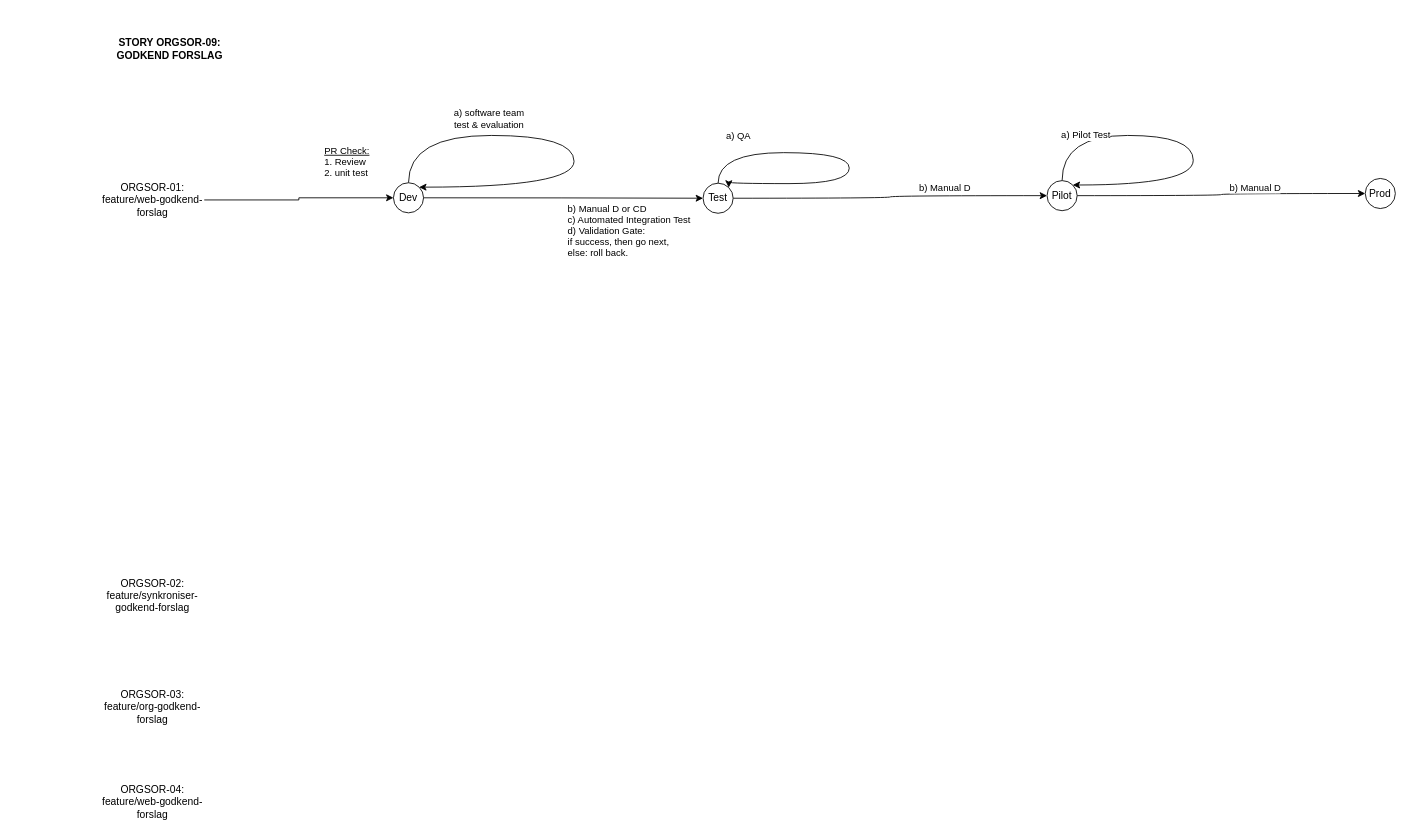
The draw.io diagram CI/CD PIPELINE WITH AGILE PROCESS FLOW.drawio in mcinarCAP/notes-org-sor-integration, before the edit. Source tidied: cells renumbered, new cells numbered last; positions are measured from the earlier drawing's top-left corner, leaving out a move shared by most shapes. Both pictures are drawn from the tidied source at 86%, with x=0, y=0 at pixel (15, 15).
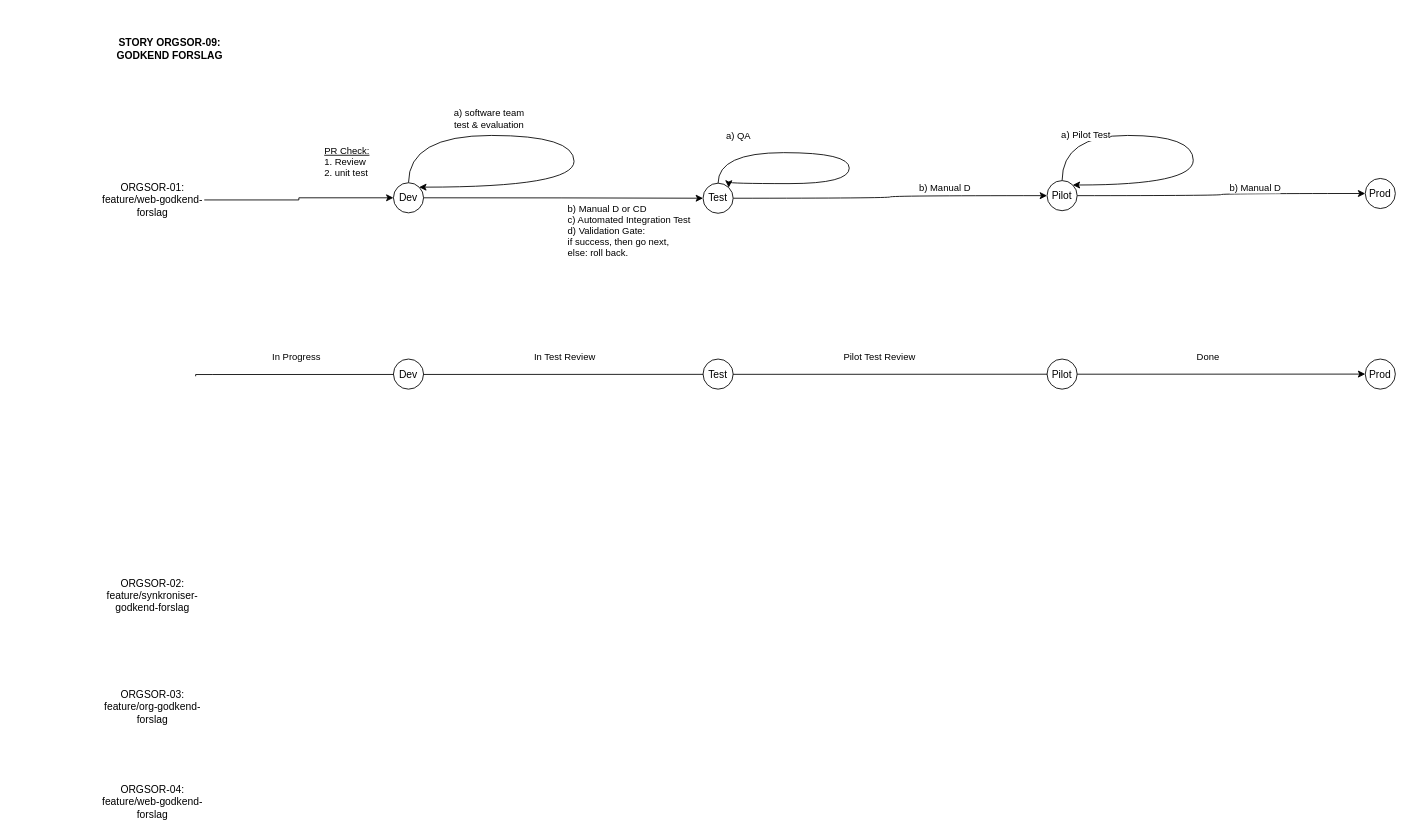
After the change.

What changed in the source:
```diff
@@
+    <mxCell id="25" style="edgeStyle=orthogonalEdgeStyle;rounded=0;jettySize=auto;html=1;entryX=0;entryY=0.5;entryDx=0;entryDy=0;" parent="1" edge="1" target="30">
+      <mxGeometry relative="1" as="geometry">
+        <mxPoint x="210" y="420" as="sourcePoint" />
+        <Array as="points">
+          <mxPoint x="210" y="418" />
+          <mxPoint x="230" y="418" />
+        </Array>
+      </mxGeometry>
+    </mxCell>
+    <mxCell id="26" value="In Progress" style="edgeLabel;html=1;align=center;verticalAlign=middle;" parent="25" vertex="1">
+      <mxGeometry x="-0.82" y="1" relative="1" as="geometry">
+        <mxPoint x="-4" y="-19" as="offset" />
+      </mxGeometry>
+    </mxCell>
+    <mxCell id="27" value="In Test Review" style="edgeLabel;html=1;align=center;verticalAlign=middle;" parent="25" vertex="1">
+      <mxGeometry x="-0.57" y="-1" relative="1" as="geometry">
+        <mxPoint x="137" y="-21" as="offset" />
+      </mxGeometry>
+    </mxCell>
+    <mxCell id="28" value="Pilot Test Review" style="edgeLabel;html=1;align=center;verticalAlign=middle;" parent="25" vertex="1">
+      <mxGeometry x="0.09" y="3" relative="1" as="geometry">
+        <mxPoint x="55" y="-17" as="offset" />
+      </mxGeometry>
+    </mxCell>
+    <mxCell id="29" value="Done" style="edgeLabel;html=1;align=center;verticalAlign=middle;" parent="25" vertex="1">
+      <mxGeometry x="0.73" y="-2" relative="1" as="geometry">
+        <mxPoint y="-22" as="offset" />
+      </mxGeometry>
+    </mxCell>
+    <mxCell id="30" value="Prod" style="ellipse;whiteSpace=wrap;html=1;" parent="1" vertex="1">
+      <mxGeometry x="1570" y="400" width="35" height="35" as="geometry" />
+    </mxCell>
+    <mxCell id="31" value="Pilot" style="ellipse;whiteSpace=wrap;html=1;" parent="1" vertex="1">
+      <mxGeometry x="1200" y="400" width="35" height="35" as="geometry" />
+    </mxCell>
+    <mxCell id="32" value="Test" style="ellipse;whiteSpace=wrap;html=1;" parent="1" vertex="1">
+      <mxGeometry x="800" y="400" width="35" height="35" as="geometry" />
+    </mxCell>
+    <mxCell id="33" value="Dev" style="ellipse;whiteSpace=wrap;html=1;" parent="1" vertex="1">
+      <mxGeometry x="440" y="400" width="35" height="35" as="geometry" />
+    </mxCell>
```
